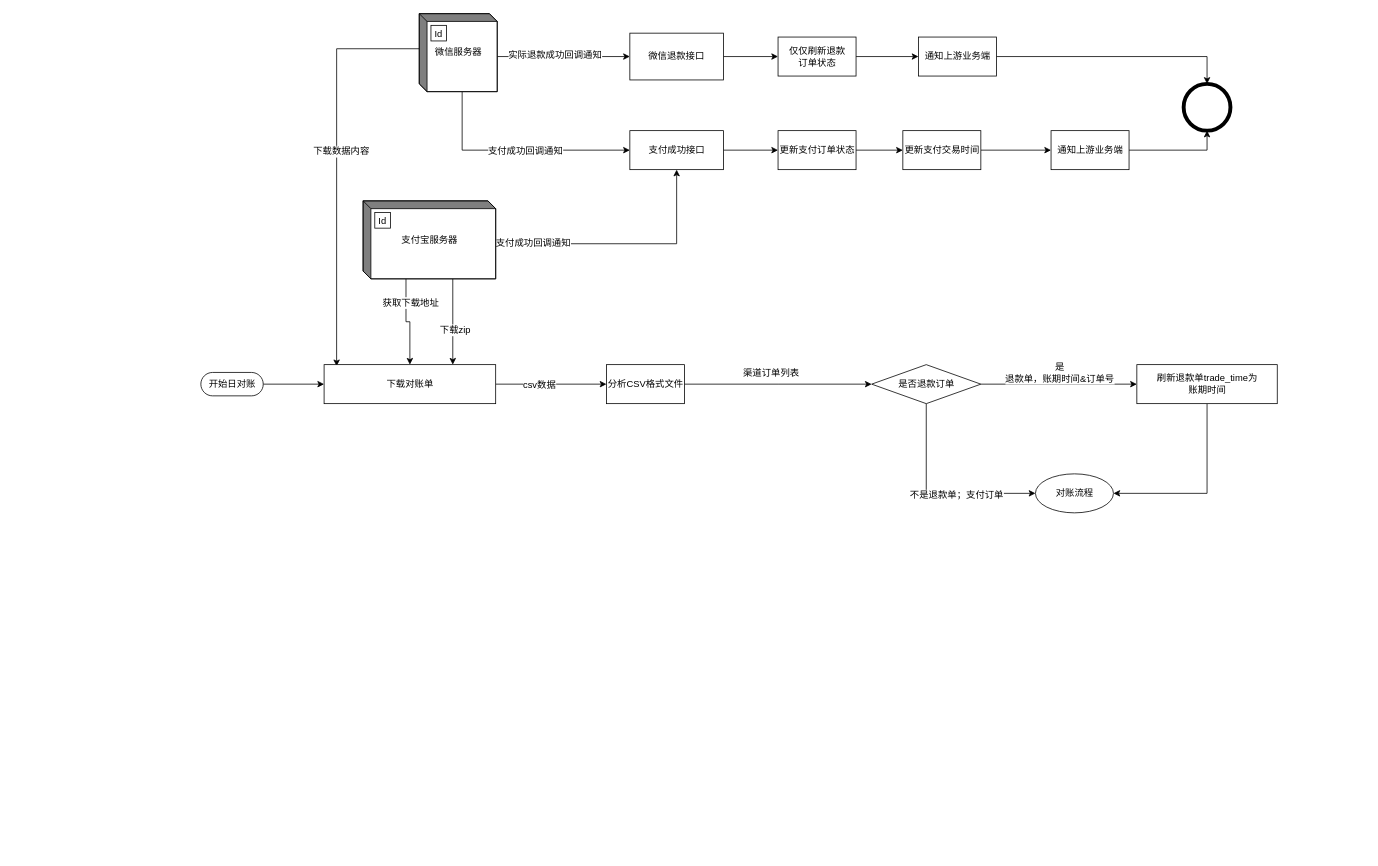
This is pay-center.drawio from hellojd2018/ms_document, a draw.io file, before an edit. Source tidied: cells renumbered, new cells numbered last; positions are measured from the earlier drawing's top-left corner, leaving out a move shared by most shapes. Both pictures are drawn from the tidied source at 78%, with x=0, y=0 at pixel (200, 13).
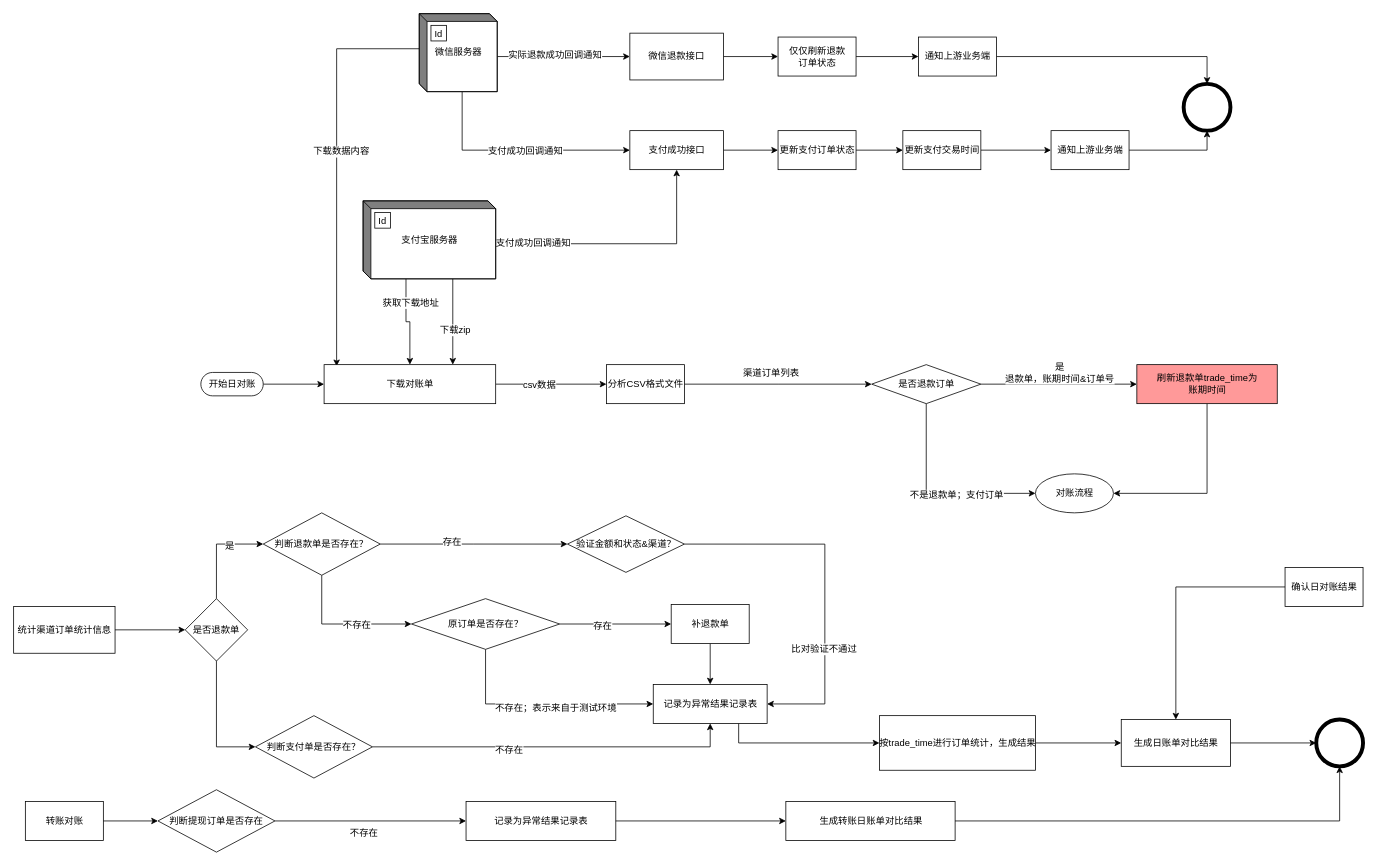
Above is the later version.

Diff of the diagram source:
```diff
@@
-    <mxCell id="45" value="刷新退款单trade_time为&lt;br&gt;账期时间" style="html=1;dashed=0;whitespace=wrap;" parent="1" vertex="1">
+    <mxCell id="45" value="刷新退款单trade_time为&lt;br&gt;账期时间" style="html=1;dashed=0;whitespace=wrap;fillColor=#FF9999;" parent="1" vertex="1">
       <mxGeometry x="1200" y="450" width="180" height="50" as="geometry" />
     </mxCell>
@@
+    <mxCell id="49" style="edgeStyle=orthogonalEdgeStyle;rounded=0;jettySize=auto;html=1;exitX=0.5;exitY=0;exitDx=0;exitDy=0;entryX=0;entryY=0.5;entryDx=0;entryDy=0;" parent="1" edge="1" source="52" target="57">
+      <mxGeometry relative="1" as="geometry" />
+    </mxCell>
+    <mxCell id="50" value="是" style="text;html=1;align=center;verticalAlign=middle;labelBackgroundColor=#ffffff;" parent="49" vertex="1">
+      <mxGeometry x="0.05" y="-16" relative="1" as="geometry" />
+    </mxCell>
+    <mxCell id="51" style="edgeStyle=orthogonalEdgeStyle;rounded=0;jettySize=auto;html=1;exitX=0.5;exitY=1;exitDx=0;exitDy=0;entryX=0;entryY=0.5;entryDx=0;entryDy=0;" parent="1" edge="1" source="52" target="74">
+      <mxGeometry relative="1" as="geometry" />
+    </mxCell>
+    <mxCell id="52" value="是否退款单" style="rhombus;whiteSpace=wrap;html=1;" parent="1" vertex="1">
+      <mxGeometry x="-20" y="750" width="80" height="80" as="geometry" />
+    </mxCell>
+    <mxCell id="53" style="edgeStyle=orthogonalEdgeStyle;rounded=0;jettySize=auto;html=1;exitX=1;exitY=0.5;exitDx=0;exitDy=0;entryX=0;entryY=0.5;entryDx=0;entryDy=0;" parent="1" edge="1" source="57" target="71">
+      <mxGeometry relative="1" as="geometry" />
+    </mxCell>
+    <mxCell id="54" value="存在" style="text;html=1;align=center;verticalAlign=middle;labelBackgroundColor=#ffffff;" parent="53" vertex="1">
+      <mxGeometry x="-0.24" y="3" relative="1" as="geometry" />
+    </mxCell>
+    <mxCell id="55" style="edgeStyle=orthogonalEdgeStyle;rounded=0;jettySize=auto;html=1;exitX=0.5;exitY=1;exitDx=0;exitDy=0;entryX=0;entryY=0.5;entryDx=0;entryDy=0;" parent="1" edge="1" source="57" target="62">
+      <mxGeometry relative="1" as="geometry" />
+    </mxCell>
+    <mxCell id="56" value="不存在" style="text;html=1;align=center;verticalAlign=middle;labelBackgroundColor=#ffffff;" parent="55" vertex="1">
+      <mxGeometry x="0.2" relative="1" as="geometry">
+        <mxPoint y="1" as="offset" />
+      </mxGeometry>
+    </mxCell>
+    <mxCell id="57" value="判断退款单是否存在？" style="rhombus;whiteSpace=wrap;html=1;" parent="1" vertex="1">
+      <mxGeometry x="80" y="640" width="150" height="80" as="geometry" />
+    </mxCell>
+    <mxCell id="58" style="edgeStyle=orthogonalEdgeStyle;rounded=0;jettySize=auto;html=1;exitX=0.5;exitY=1;exitDx=0;exitDy=0;entryX=0;entryY=0.5;entryDx=0;entryDy=0;" parent="1" edge="1" source="62" target="64">
+      <mxGeometry relative="1" as="geometry" />
+    </mxCell>
+    <mxCell id="59" value="不存在；表示来自于测试环境" style="text;html=1;align=center;verticalAlign=middle;labelBackgroundColor=#ffffff;" parent="58" vertex="1">
+      <mxGeometry x="0.11" y="-4" relative="1" as="geometry">
+        <mxPoint x="1" as="offset" />
+      </mxGeometry>
+    </mxCell>
+    <mxCell id="60" style="edgeStyle=orthogonalEdgeStyle;rounded=0;jettySize=auto;html=1;exitX=1;exitY=0.5;exitDx=0;exitDy=0;entryX=0;entryY=0.5;entryDx=0;entryDy=0;" parent="1" edge="1" source="62" target="66">
+      <mxGeometry relative="1" as="geometry" />
+    </mxCell>
+    <mxCell id="61" value="存在" style="text;html=1;align=center;verticalAlign=middle;labelBackgroundColor=#ffffff;" parent="60" vertex="1">
+      <mxGeometry x="-0.24" y="-1" relative="1" as="geometry">
+        <mxPoint y="1" as="offset" />
+      </mxGeometry>
+    </mxCell>
+    <mxCell id="62" value="原订单是否存在？" style="shape=rhombus;html=1;dashed=0;whitespace=wrap;perimeter=rhombusPerimeter;" parent="1" vertex="1">
+      <mxGeometry x="270" y="750" width="190" height="65" as="geometry" />
+    </mxCell>
+    <mxCell id="63" style="edgeStyle=orthogonalEdgeStyle;rounded=0;jettySize=auto;html=1;exitX=0.75;exitY=1;exitDx=0;exitDy=0;entryX=0;entryY=0.5;entryDx=0;entryDy=0;" parent="1" edge="1" source="64" target="68">
+      <mxGeometry relative="1" as="geometry" />
+    </mxCell>
+    <mxCell id="64" value="记录为异常结果记录表" style="html=1;dashed=0;whitespace=wrap;" parent="1" vertex="1">
+      <mxGeometry x="580" y="860" width="146" height="50" as="geometry" />
+    </mxCell>
+    <mxCell id="65" style="edgeStyle=orthogonalEdgeStyle;rounded=0;jettySize=auto;html=1;exitX=0.5;exitY=1;exitDx=0;exitDy=0;" parent="1" edge="1" source="66" target="64">
+      <mxGeometry relative="1" as="geometry" />
+    </mxCell>
+    <mxCell id="66" value="补退款单" style="html=1;dashed=0;whitespace=wrap;" parent="1" vertex="1">
+      <mxGeometry x="603" y="757.5" width="100" height="50" as="geometry" />
+    </mxCell>
+    <mxCell id="67" style="edgeStyle=orthogonalEdgeStyle;rounded=0;jettySize=auto;html=1;exitX=1;exitY=0.5;exitDx=0;exitDy=0;" parent="1" edge="1" source="68" target="78">
+      <mxGeometry relative="1" as="geometry" />
+    </mxCell>
+    <mxCell id="68" value="按trade_time进行订单统计，生成结果" style="html=1;dashed=0;whitespace=wrap;" parent="1" vertex="1">
+      <mxGeometry x="870" y="900" width="200" height="70" as="geometry" />
+    </mxCell>
+    <mxCell id="69" style="edgeStyle=orthogonalEdgeStyle;rounded=0;jettySize=auto;html=1;exitX=1;exitY=0.5;exitDx=0;exitDy=0;entryX=1;entryY=0.5;entryDx=0;entryDy=0;" parent="1" edge="1" source="71" target="64">
+      <mxGeometry relative="1" as="geometry">
+        <Array as="points">
+          <mxPoint x="800" y="680" />
+          <mxPoint x="800" y="885" />
+        </Array>
+      </mxGeometry>
+    </mxCell>
+    <mxCell id="70" value="比对验证不通过" style="text;html=1;align=center;verticalAlign=middle;labelBackgroundColor=#ffffff;" parent="69" vertex="1">
+      <mxGeometry x="0.37" y="-2" relative="1" as="geometry" />
+    </mxCell>
+    <mxCell id="71" value="验证金额和状态&amp;amp;渠道？" style="shape=rhombus;html=1;dashed=0;whitespace=wrap;perimeter=rhombusPerimeter;" parent="1" vertex="1">
+      <mxGeometry x="470" y="643.8" width="150" height="72.5" as="geometry" />
+    </mxCell>
+    <mxCell id="72" style="edgeStyle=orthogonalEdgeStyle;rounded=0;jettySize=auto;html=1;exitX=1;exitY=0.5;exitDx=0;exitDy=0;entryX=0.5;entryY=1;entryDx=0;entryDy=0;" parent="1" edge="1" source="74" target="64">
+      <mxGeometry relative="1" as="geometry" />
+    </mxCell>
+    <mxCell id="73" value="不存在" style="text;html=1;align=center;verticalAlign=middle;labelBackgroundColor=#ffffff;" parent="72" vertex="1">
+      <mxGeometry x="-0.25" y="-4" relative="1" as="geometry" />
+    </mxCell>
+    <mxCell id="74" value="判断支付单是否存在？" style="rhombus;whiteSpace=wrap;html=1;" parent="1" vertex="1">
+      <mxGeometry x="70" y="900" width="150" height="80" as="geometry" />
+    </mxCell>
+    <mxCell id="75" style="edgeStyle=orthogonalEdgeStyle;rounded=0;jettySize=auto;html=1;entryX=0;entryY=0.5;entryDx=0;entryDy=0;" parent="1" edge="1" source="76" target="52">
+      <mxGeometry relative="1" as="geometry" />
+    </mxCell>
+    <mxCell id="76" value="统计渠道订单统计信息" style="html=1;dashed=0;whitespace=wrap;fillColor=none;" parent="1" vertex="1">
+      <mxGeometry x="-240" y="760" width="130" height="60" as="geometry" />
+    </mxCell>
+    <mxCell id="77" style="edgeStyle=orthogonalEdgeStyle;rounded=0;jettySize=auto;html=1;exitX=1;exitY=0.5;exitDx=0;exitDy=0;entryX=0;entryY=0.5;entryDx=0;entryDy=0;" parent="1" edge="1" source="78" target="79">
+      <mxGeometry relative="1" as="geometry" />
+    </mxCell>
+    <mxCell id="78" value="生成日账单对比结果" style="html=1;dashed=0;whitespace=wrap;fillColor=none;" parent="1" vertex="1">
+      <mxGeometry x="1180" y="905" width="140" height="60" as="geometry" />
+    </mxCell>
+    <mxCell id="79" style="shape=ellipse;html=1;dashed=0;whitespace=wrap;strokeWidth=5;perimeter=ellipsePerimeter;fillColor=none;" parent="1" vertex="1">
+      <mxGeometry x="1430" y="905" width="60" height="60" as="geometry" />
+    </mxCell>
+    <mxCell id="80" style="edgeStyle=orthogonalEdgeStyle;rounded=0;jettySize=auto;html=1;exitX=1;exitY=0.5;exitDx=0;exitDy=0;entryX=0;entryY=0.5;entryDx=0;entryDy=0;" parent="1" edge="1" source="81" target="84">
+      <mxGeometry relative="1" as="geometry" />
+    </mxCell>
+    <mxCell id="81" value="转账对账" style="html=1;dashed=0;whitespace=wrap;fillColor=none;" parent="1" vertex="1">
+      <mxGeometry x="-225" y="1010" width="100" height="50" as="geometry" />
+    </mxCell>
+    <mxCell id="82" style="edgeStyle=orthogonalEdgeStyle;rounded=0;jettySize=auto;html=1;exitX=1;exitY=0.5;exitDx=0;exitDy=0;" parent="1" edge="1" source="84" target="86">
+      <mxGeometry relative="1" as="geometry" />
+    </mxCell>
+    <mxCell id="83" value="不存在" style="text;html=1;align=center;verticalAlign=middle;labelBackgroundColor=#ffffff;" parent="82" vertex="1">
+      <mxGeometry x="-0.31" y="-3" relative="1" as="geometry">
+        <mxPoint x="28" y="12" as="offset" />
+      </mxGeometry>
+    </mxCell>
+    <mxCell id="84" value="判断提现订单是否存在" style="rhombus;whiteSpace=wrap;html=1;" parent="1" vertex="1">
+      <mxGeometry x="-55" y="995" width="150" height="80" as="geometry" />
+    </mxCell>
+    <mxCell id="85" style="edgeStyle=orthogonalEdgeStyle;rounded=0;jettySize=auto;html=1;exitX=1;exitY=0.5;exitDx=0;exitDy=0;" parent="1" edge="1" source="86" target="88">
+      <mxGeometry relative="1" as="geometry" />
+    </mxCell>
+    <mxCell id="86" value="记录为异常结果记录表" style="html=1;dashed=0;whitespace=wrap;fillColor=none;" parent="1" vertex="1">
+      <mxGeometry x="340" y="1010" width="192" height="50" as="geometry" />
+    </mxCell>
+    <mxCell id="87" style="edgeStyle=orthogonalEdgeStyle;rounded=0;jettySize=auto;html=1;exitX=1;exitY=0.5;exitDx=0;exitDy=0;entryX=0.5;entryY=1;entryDx=0;entryDy=0;" parent="1" edge="1" source="88" target="79">
+      <mxGeometry relative="1" as="geometry" />
+    </mxCell>
+    <mxCell id="88" value="生成转账日账单对比结果" style="html=1;dashed=0;whitespace=wrap;fillColor=none;" parent="1" vertex="1">
+      <mxGeometry x="750" y="1010" width="217" height="50" as="geometry" />
+    </mxCell>
+    <mxCell id="89" style="edgeStyle=orthogonalEdgeStyle;rounded=0;jettySize=auto;html=1;exitX=0;exitY=0.5;exitDx=0;exitDy=0;" parent="1" edge="1" source="90" target="78">
+      <mxGeometry relative="1" as="geometry" />
+    </mxCell>
+    <mxCell id="90" value="确认日对账结果" style="html=1;dashed=0;whitespace=wrap;fillColor=none;" parent="1" vertex="1">
+      <mxGeometry x="1390" y="710" width="100" height="50" as="geometry" />
+    </mxCell>
```
